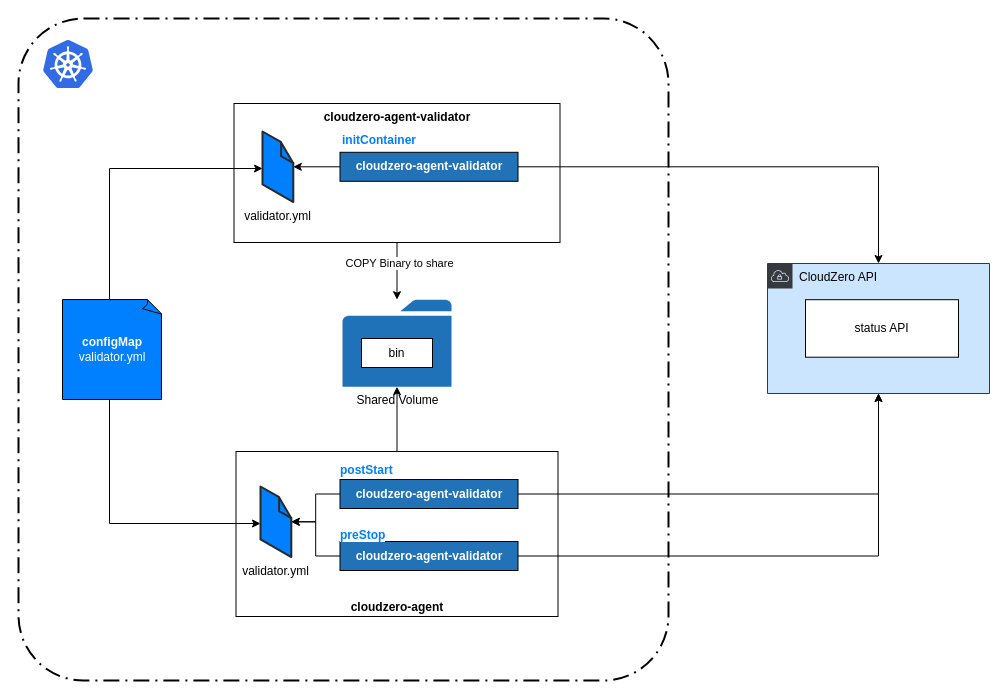
The draw.io diagram page "k8s design" (1 of 3) of docs/assets/design.drawio in evan-cz/cloudzero-agent, before the edit. Source tidied: cells renumbered, new cells numbered last; positions are measured from the earlier drawing's top-left corner, leaving out a move shared by most shapes. Both pictures are drawn from the tidied source at 100%, with x=0, y=0 at pixel (18, 18).
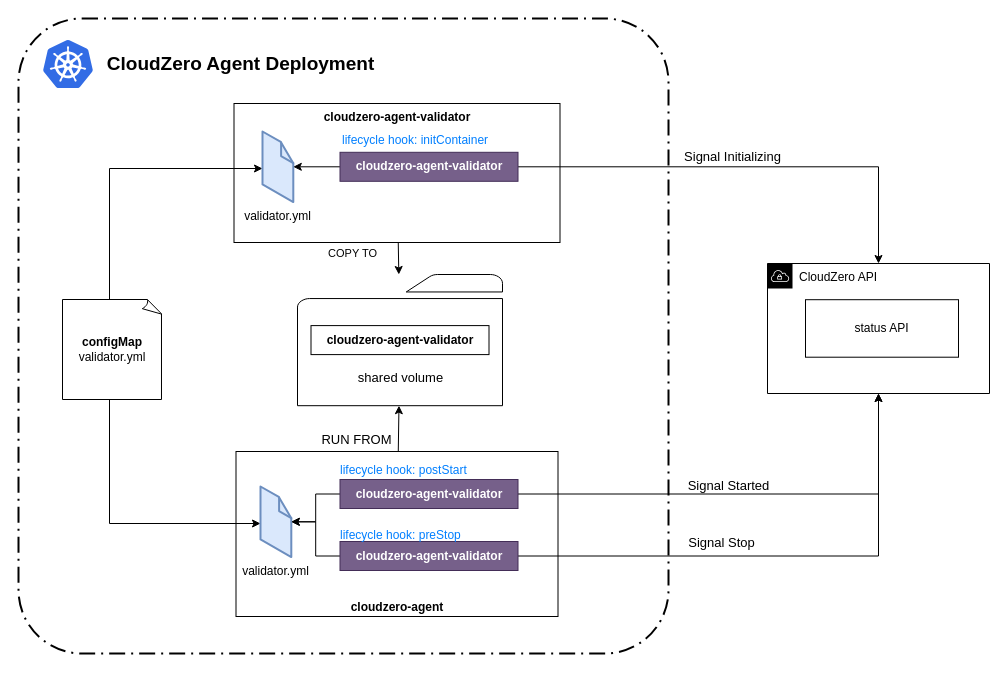
The same page after the edit.

Unchanged cells that the change refers to:
```xml
<mxCell id="3" style="edgeStyle=none;html=1;" parent="1" edge="1" source="5" target="7">
  <mxGeometry relative="1" as="geometry" />
</mxCell>
<mxCell id="6" style="edgeStyle=none;html=1;" parent="1" edge="1" source="8" target="7">
  <mxGeometry relative="1" as="geometry" />
</mxCell>
<mxCell id="16" style="edgeStyle=orthogonalEdgeStyle;rounded=0;html=1;fontColor=#007FFF;" parent="1" edge="1" source="17" target="27">
  <mxGeometry relative="1" as="geometry" />
</mxCell>
<mxCell id="22" style="edgeStyle=orthogonalEdgeStyle;rounded=0;html=1;fontColor=#007FFF;" parent="1" edge="1" source="23" target="27">
  <mxGeometry relative="1" as="geometry" />
</mxCell>
```

Change to the diagram source:
```diff
@@
     <mxCell id="2" style="rounded=1;arcSize=10;dashed=1;fillColor=none;gradientColor=none;dashPattern=8 3 1 3;strokeWidth=2;fontColor=#007FFF;" parent="1" vertex="1">
-      <mxGeometry width="650" height="662" as="geometry" />
+      <mxGeometry width="650" height="635" as="geometry" />
     </mxCell>
@@
-    <mxCell id="4" value="&lt;font color=&quot;#000000&quot;&gt;COPY Binary to share&lt;/font&gt;" style="edgeLabel;html=1;align=center;verticalAlign=middle;fontColor=#FFFFFF;" parent="3" vertex="1">
-      <mxGeometry x="-0.3" y="2" relative="1" as="geometry" />
+    <mxCell id="4" value="&lt;font color=&quot;#000000&quot;&gt;COPY TO&lt;/font&gt;" style="edgeLabel;html=1;align=center;verticalAlign=middle;fontColor=#FFFFFF;" parent="3" vertex="1">
+      <mxGeometry x="-0.3" y="2" relative="1" as="geometry">
+        <mxPoint x="-48" as="offset" />
+      </mxGeometry>
     </mxCell>
@@
+    <mxCell id="30" value="RUN FROM" style="edgeLabel;html=1;align=center;verticalAlign=middle;fontSize=13;" parent="6" vertex="1">
+      <mxGeometry x="0.04" relative="1" as="geometry">
+        <mxPoint x="-43" y="11" as="offset" />
+      </mxGeometry>
+    </mxCell>
-    <mxCell id="7" value="Shared Volume" style="sketch=0;shadow=0;dashed=0;html=1;strokeColor=none;labelPosition=center;verticalLabelPosition=bottom;verticalAlign=top;outlineConnect=0;align=center;shape=mxgraph.office.concepts.folder;fillColor=#2072B8;" parent="1" vertex="1">
-      <mxGeometry x="324" y="281.2" width="109" height="87" as="geometry" />
+    <mxCell id="7" style="sketch=0;shadow=0;dashed=0;html=1;labelPosition=center;verticalLabelPosition=bottom;verticalAlign=top;outlineConnect=0;align=center;shape=mxgraph.office.concepts.folder;" parent="1" vertex="1">
+      <mxGeometry x="279" y="256" width="205" height="131.2" as="geometry" />
     </mxCell>
@@
-    <mxCell id="9" value="bin" style="rounded=0;whiteSpace=wrap;html=1;" parent="1" vertex="1">
-      <mxGeometry x="343" y="320" width="71" height="29" as="geometry" />
-    </mxCell>
@@
-    <mxCell id="12" value="&lt;span style=&quot;font-family: Helvetica; font-size: 12px; font-style: normal; font-variant-ligatures: normal; font-variant-caps: normal; letter-spacing: normal; orphans: 2; text-align: center; text-indent: 0px; text-transform: none; widows: 2; word-spacing: 0px; -webkit-text-stroke-width: 0px; text-decoration-thickness: initial; text-decoration-style: initial; text-decoration-color: initial; float: none; display: inline !important;&quot;&gt;&lt;b&gt;configMap&lt;/b&gt;&lt;br&gt;validator.yml&lt;/span&gt;" style="whiteSpace=wrap;html=1;shape=mxgraph.basic.document;fillColor=#007FFF;fontColor=#FFFFFF;labelBackgroundColor=none;" parent="1" vertex="1">
+    <mxCell id="12" value="&lt;span style=&quot;font-family: Helvetica; font-size: 12px; font-style: normal; font-variant-ligatures: normal; font-variant-caps: normal; letter-spacing: normal; orphans: 2; text-align: center; text-indent: 0px; text-transform: none; widows: 2; word-spacing: 0px; -webkit-text-stroke-width: 0px; text-decoration-thickness: initial; text-decoration-style: initial; text-decoration-color: initial; float: none; display: inline !important;&quot;&gt;&lt;b&gt;configMap&lt;/b&gt;&lt;br&gt;validator.yml&lt;/span&gt;" style="whiteSpace=wrap;html=1;shape=mxgraph.basic.document;labelBackgroundColor=none;" parent="1" vertex="1">
       <mxGeometry x="44" y="281" width="100" height="100" as="geometry" />
     </mxCell>
-    <mxCell id="13" value="validator.yml" style="verticalLabelPosition=bottom;html=1;verticalAlign=top;strokeWidth=1;align=center;outlineConnect=0;dashed=0;outlineConnect=0;shape=mxgraph.aws3d.file;strokeColor=#292929;fillColor=#007FFF;" parent="1" vertex="1">
+    <mxCell id="13" value="validator.yml" style="verticalLabelPosition=bottom;html=1;verticalAlign=top;strokeWidth=1;align=center;outlineConnect=0;dashed=0;outlineConnect=0;shape=mxgraph.aws3d.file;strokeColor=#6c8ebf;fillColor=#dae8fc;" parent="1" vertex="1">
       <mxGeometry x="244" y="113" width="30.8" height="70.6" as="geometry" />
     </mxCell>
-    <mxCell id="14" value="validator.yml" style="verticalLabelPosition=bottom;html=1;verticalAlign=top;strokeWidth=1;align=center;outlineConnect=0;dashed=0;outlineConnect=0;shape=mxgraph.aws3d.file;strokeColor=#292929;fillColor=#007FFF;" parent="1" vertex="1">
+    <mxCell id="14" value="validator.yml" style="verticalLabelPosition=bottom;html=1;verticalAlign=top;strokeWidth=1;align=center;outlineConnect=0;dashed=0;outlineConnect=0;shape=mxgraph.aws3d.file;strokeColor=#6c8ebf;fillColor=#dae8fc;" parent="1" vertex="1">
       <mxGeometry x="242" y="468" width="30.8" height="70.6" as="geometry" />
     </mxCell>
@@
+    <mxCell id="31" value="Signal Initializing" style="edgeLabel;html=1;align=center;verticalAlign=middle;fontSize=13;" parent="16" vertex="1">
+      <mxGeometry x="-0.19" y="3" relative="1" as="geometry">
+        <mxPoint x="29" y="-8" as="offset" />
+      </mxGeometry>
+    </mxCell>
-    <mxCell id="17" value="&lt;span style=&quot;font-weight: 700;&quot;&gt;cloudzero-agent-validator&lt;/span&gt;" style="rounded=0;whiteSpace=wrap;html=1;fillColor=#2272b8;fontColor=#FFFFFF;" parent="1" vertex="1">
+    <mxCell id="17" value="&lt;span style=&quot;font-weight: 700;&quot;&gt;cloudzero-agent-validator&lt;/span&gt;" style="rounded=0;whiteSpace=wrap;html=1;fillColor=#76608a;fontColor=#ffffff;strokeColor=#432D57;" parent="1" vertex="1">
       <mxGeometry x="321.5" y="133.8" width="178" height="29" as="geometry" />
     </mxCell>
@@
-    <mxCell id="20" value="&lt;span style=&quot;font-weight: 700;&quot;&gt;cloudzero-agent-validator&lt;/span&gt;" style="rounded=0;whiteSpace=wrap;html=1;fillColor=#2272b8;fontColor=#FFFFFF;" parent="1" vertex="1">
+    <mxCell id="20" value="&lt;span style=&quot;font-weight: 700;&quot;&gt;cloudzero-agent-validator&lt;/span&gt;" style="rounded=0;whiteSpace=wrap;html=1;fillColor=#76608a;fontColor=#ffffff;strokeColor=#432D57;" parent="1" vertex="1">
       <mxGeometry x="321.5" y="461" width="178" height="29" as="geometry" />
     </mxCell>
@@
+    <mxCell id="32" value="Signal Stop" style="edgeLabel;html=1;align=center;verticalAlign=middle;fontSize=13;" parent="22" vertex="1">
+      <mxGeometry x="-0.21" y="-1" relative="1" as="geometry">
+        <mxPoint x="-4" y="-15" as="offset" />
+      </mxGeometry>
+    </mxCell>
-    <mxCell id="23" value="&lt;span style=&quot;font-weight: 700;&quot;&gt;cloudzero-agent-validator&lt;/span&gt;" style="rounded=0;whiteSpace=wrap;html=1;fillColor=#2272b8;fontColor=#FFFFFF;" parent="1" vertex="1">
+    <mxCell id="23" value="&lt;span style=&quot;font-weight: 700;&quot;&gt;cloudzero-agent-validator&lt;/span&gt;" style="rounded=0;whiteSpace=wrap;html=1;fillColor=#76608a;fontColor=#ffffff;strokeColor=#432D57;" parent="1" vertex="1">
       <mxGeometry x="321.5" y="523" width="178" height="29" as="geometry" />
     </mxCell>
-    <mxCell id="24" value="&lt;span style=&quot;font-family: Helvetica; font-size: 12px; font-style: normal; font-variant-ligatures: normal; font-variant-caps: normal; font-weight: 700; letter-spacing: normal; orphans: 2; text-align: center; text-indent: 0px; text-transform: none; widows: 2; word-spacing: 0px; -webkit-text-stroke-width: 0px; background-color: rgb(255, 255, 255); text-decoration-thickness: initial; text-decoration-style: initial; text-decoration-color: initial; float: none; display: inline !important;&quot;&gt;initContainer&lt;/span&gt;" style="text;whiteSpace=wrap;html=1;fontColor=#007FFF;" parent="1" vertex="1">
-      <mxGeometry x="321.5" y="108" width="102" height="36" as="geometry" />
+    <mxCell id="24" value="&lt;span style=&quot;text-align: center;&quot;&gt;lifecycle hook: initContainer&lt;/span&gt;" style="text;whiteSpace=wrap;html=1;fontColor=#007FFF;" parent="1" vertex="1">
+      <mxGeometry x="321.5" y="108" width="165.5" height="36" as="geometry" />
     </mxCell>
-    <mxCell id="25" value="&lt;div style=&quot;text-align: center;&quot;&gt;&lt;span style=&quot;background-color: initial;&quot;&gt;&lt;b&gt;postStart&lt;/b&gt;&lt;/span&gt;&lt;/div&gt;" style="text;whiteSpace=wrap;html=1;fontColor=#007FFF;" parent="1" vertex="1">
-      <mxGeometry x="320" y="438" width="102" height="36" as="geometry" />
+    <mxCell id="25" value="&lt;div style=&quot;text-align: center;&quot;&gt;&lt;span style=&quot;background-color: initial;&quot;&gt;&lt;span&gt;lifecycle hook: postStart&lt;/span&gt;&lt;/span&gt;&lt;/div&gt;" style="text;whiteSpace=wrap;html=1;fontColor=#007FFF;fontStyle=0;" parent="1" vertex="1">
+      <mxGeometry x="320" y="438" width="180" height="36" as="geometry" />
     </mxCell>
-    <mxCell id="26" value="&lt;span style=&quot;font-family: Helvetica; font-size: 12px; font-style: normal; font-variant-ligatures: normal; font-variant-caps: normal; font-weight: 700; letter-spacing: normal; orphans: 2; text-align: center; text-indent: 0px; text-transform: none; widows: 2; word-spacing: 0px; -webkit-text-stroke-width: 0px; background-color: rgb(255, 255, 255); text-decoration-thickness: initial; text-decoration-style: initial; text-decoration-color: initial; float: none; display: inline !important;&quot;&gt;preStop&lt;/span&gt;" style="text;whiteSpace=wrap;html=1;fontColor=#007FFF;" parent="1" vertex="1">
-      <mxGeometry x="320" y="502.6" width="102" height="36" as="geometry" />
+    <mxCell id="26" value="&lt;span style=&quot;text-align: center;&quot;&gt;lifecycle hook: preStop&lt;/span&gt;" style="text;whiteSpace=wrap;html=1;fontColor=#007FFF;fontStyle=0;" parent="1" vertex="1">
+      <mxGeometry x="320" y="502.6" width="169" height="36" as="geometry" />
     </mxCell>
-    <mxCell id="27" value="CloudZero API" style="sketch=0;outlineConnect=0;html=1;whiteSpace=wrap;fontSize=12;fontStyle=0;shape=mxgraph.aws4.group;grIcon=mxgraph.aws4.group_vpc;strokeColor=#36393d;fillColor=#cce5ff;verticalAlign=top;align=left;spacingLeft=30;dashed=0;" parent="1" vertex="1">
+    <mxCell id="27" value="CloudZero API" style="sketch=0;outlineConnect=0;html=1;whiteSpace=wrap;fontSize=12;fontStyle=0;shape=mxgraph.aws4.group;grIcon=mxgraph.aws4.group_vpc;verticalAlign=top;align=left;spacingLeft=30;dashed=0;" parent="1" vertex="1">
       <mxGeometry x="749" y="245" width="222" height="130" as="geometry" />
     </mxCell>
@@
+    <mxCell id="33" value="CloudZero Agent Deployment" style="text;html=1;align=center;verticalAlign=middle;strokeColor=none;fillColor=none;fontSize=19;fontStyle=1;" parent="1" vertex="1">
+      <mxGeometry x="79" y="28.5" width="285" height="35" as="geometry" />
+    </mxCell>
+    <mxCell id="34" value="shared volume" style="text;html=1;align=center;verticalAlign=middle;strokeColor=none;fillColor=none;fontSize=13;" parent="1" vertex="1">
+      <mxGeometry x="330" y="345" width="103" height="28" as="geometry" />
+    </mxCell>
+    <mxCell id="35" value="Signal Started" style="text;html=1;align=center;verticalAlign=middle;strokeColor=none;fillColor=none;fontSize=13;" parent="1" vertex="1">
+      <mxGeometry x="660" y="453" width="100" height="28" as="geometry" />
+    </mxCell>
+    <mxCell id="36" value="&lt;span style=&quot;font-weight: 700;&quot;&gt;cloudzero-agent-validator&lt;/span&gt;" style="rounded=0;whiteSpace=wrap;html=1;" parent="1" vertex="1">
+      <mxGeometry x="292.5" y="307.1" width="178" height="29" as="geometry" />
+    </mxCell>
```
